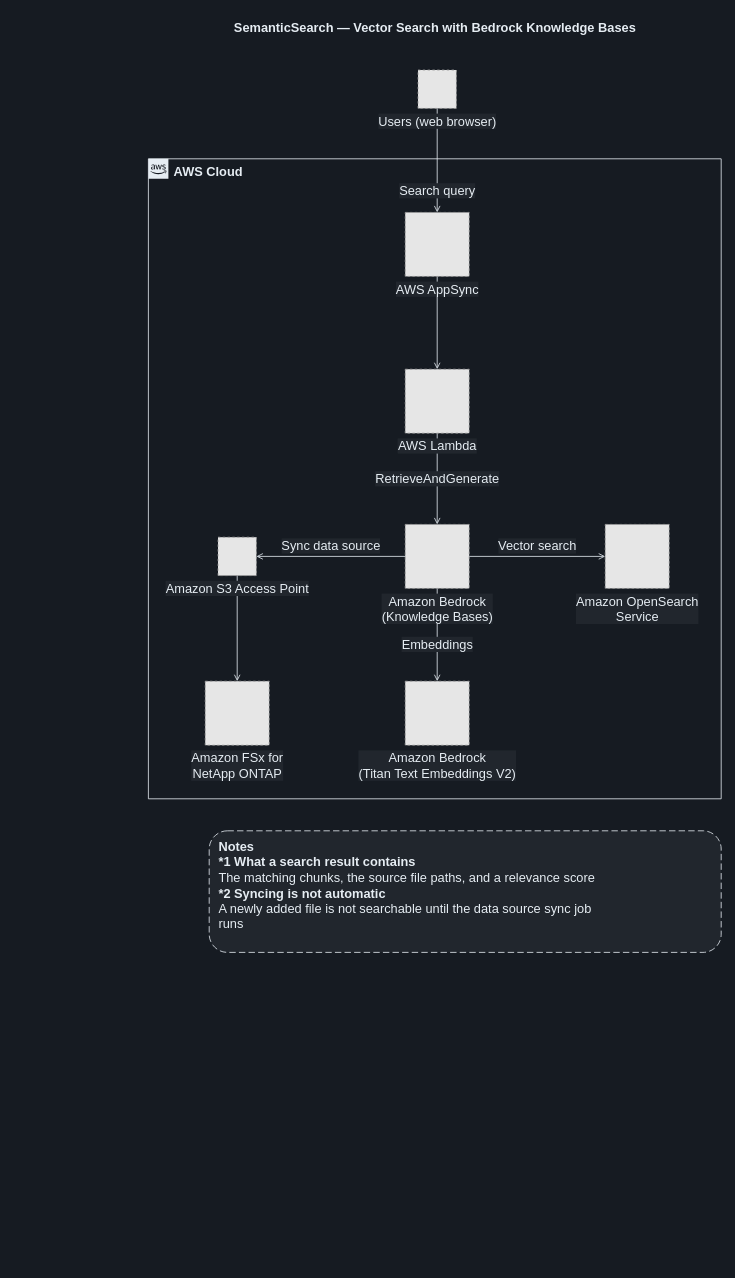
Before: docs/diagrams/dark/part3-semantic-search-en.drawio in Yoshiki0705/FSx-for-ONTAP-S3AccessPoints-Serverless-Patterns, a draw.io diagram. Source tidied: cells renumbered, new cells numbered last; positions are measured from the earlier drawing's top-left corner, leaving out a move shared by most shapes. Both pictures are drawn from the tidied source at 80%, with x=0, y=0 at pixel (148, 14). Pictures stored in the file or linked from it are replaced by grey dashed boxes.
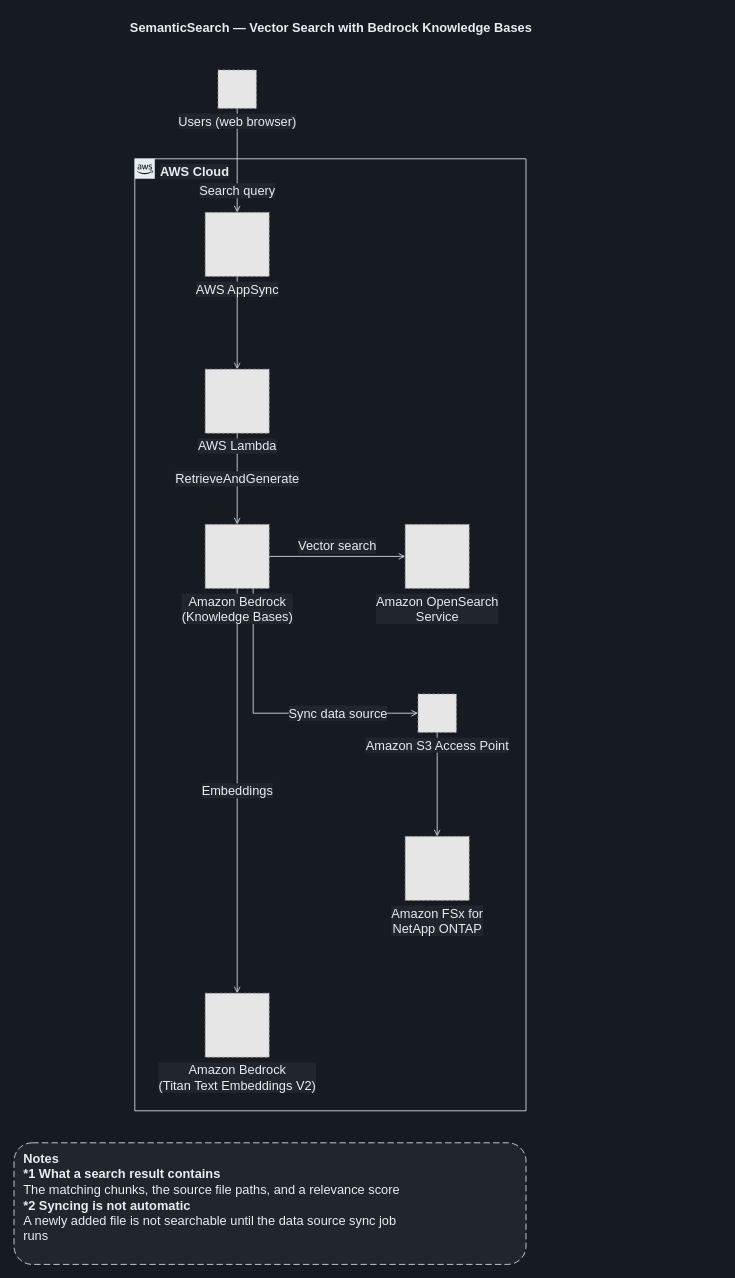
The same page after the edit.

Change to the diagram source:
```diff
@@
     <mxCell id="2" value="SemanticSearch — Vector Search with Bedrock Knowledge Bases" style="text;html=1;align=center;verticalAlign=middle;fontSize=16;fontStyle=1;fontColor=#E6EDF3;" parent="1" vertex="1">
-      <mxGeometry width="716" height="34" as="geometry" />
+      <mxGeometry x="-17" width="489" height="34" as="geometry" />
     </mxCell>
-    <mxCell id="3" value="AWS Cloud" style="gradientColor=none;html=1;whiteSpace=wrap;fontSize=16;fontStyle=1;shape=mxgraph.aws4.group;grIcon=mxgraph.aws4.group_aws_cloud_alt;strokeColor=#E6EDF3;fillColor=none;verticalAlign=top;align=left;spacingLeft=30;fontColor=#E6EDF3;dashed=0;" parent="1" vertex="1">
-      <mxGeometry y="181" width="716" height="800" as="geometry" />
-    </mxCell>
@@
     <mxCell id="8" value="Embeddings" style="edgeStyle=orthogonalEdgeStyle;rounded=0;jettySize=auto;html=1;endArrow=open;endFill=0;strokeColor=#E6EDF3;strokeWidth=1;fontSize=16;fontColor=#E6EDF3;labelBackgroundColor=#21262D;" parent="1" edge="1" source="16" target="17">
-      <mxGeometry relative="1" as="geometry">
-        <mxPoint y="12" as="offset" />
-      </mxGeometry>
+      <mxGeometry relative="1" as="geometry" />
     </mxCell>
-    <mxCell id="9" value="Sync data source" style="edgeStyle=orthogonalEdgeStyle;rounded=0;jettySize=auto;html=1;endArrow=open;endFill=0;strokeColor=#E6EDF3;strokeWidth=1;fontSize=16;fontColor=#E6EDF3;labelBackgroundColor=#21262D;" parent="1" edge="1" source="16" target="11">
-      <mxGeometry relative="1" as="geometry">
-        <mxPoint y="-13" as="offset" />
-      </mxGeometry>
+    <mxCell id="9" value="Sync data source" style="edgeStyle=orthogonalEdgeStyle;rounded=0;jettySize=auto;html=1;endArrow=open;endFill=0;strokeColor=#E6EDF3;strokeWidth=1;fontSize=16;fontColor=#E6EDF3;labelBackgroundColor=#21262D;exitX=0.75;exitY=1;exitDx=0;exitDy=0;entryX=0;entryY=0.5;entryDx=0;entryDy=0;" parent="1" edge="1" source="16" target="11">
+      <mxGeometry x="0.45" relative="1" as="geometry" />
     </mxCell>
@@
-    <mxCell id="11" value="Amazon S3 Access Point" style="fillColor=#E6E6E6;strokeColor=#999999;dashed=1;html=1;verticalLabelPosition=bottom;verticalAlign=top;labelPosition=center;align=center;fontSize=16;fontColor=#E6EDF3;labelBackgroundColor=#21262D;" parent="1" vertex="1">
-      <mxGeometry x="87" y="654" width="48" height="48" as="geometry" />
-    </mxCell>
-    <mxCell id="12" value="Amazon FSx for&lt;br&gt;NetApp ONTAP" style="fillColor=#E6E6E6;strokeColor=#999999;dashed=1;html=1;verticalLabelPosition=bottom;verticalAlign=top;labelPosition=center;align=center;fontSize=16;fontColor=#E6EDF3;labelBackgroundColor=#21262D;" parent="1" vertex="1">
-      <mxGeometry x="71" y="834" width="80" height="80" as="geometry" />
-    </mxCell>
+    <mxCell id="3" value="AWS Cloud" style="gradientColor=none;html=1;whiteSpace=wrap;fontSize=16;fontStyle=1;shape=mxgraph.aws4.group;grIcon=mxgraph.aws4.group_aws_cloud_alt;strokeColor=#E6EDF3;fillColor=none;verticalAlign=top;align=left;spacingLeft=30;fontColor=#E6EDF3;dashed=0;labelBackgroundColor=#21262D;" parent="1" vertex="1">
+      <mxGeometry x="-17" y="181" width="489" height="1190" as="geometry" />
+    </mxCell>
     <mxCell id="13" value="Users (web browser)" style="fillColor=#E6E6E6;strokeColor=#999999;dashed=1;html=1;verticalLabelPosition=bottom;verticalAlign=top;labelPosition=center;align=center;fontSize=16;fontColor=#E6EDF3;labelBackgroundColor=#21262D;" parent="1" vertex="1">
-      <mxGeometry x="337" y="70" width="48" height="48" as="geometry" />
+      <mxGeometry x="87" y="70" width="48" height="48" as="geometry" />
     </mxCell>
     <mxCell id="14" value="AWS AppSync" style="fillColor=#E6E6E6;strokeColor=#999999;dashed=1;html=1;verticalLabelPosition=bottom;verticalAlign=top;labelPosition=center;align=center;fontSize=16;fontColor=#E6EDF3;labelBackgroundColor=#21262D;" parent="1" vertex="1">
-      <mxGeometry x="321" y="248" width="80" height="80" as="geometry" />
+      <mxGeometry x="71" y="248" width="80" height="80" as="geometry" />
     </mxCell>
     <mxCell id="15" value="AWS Lambda" style="fillColor=#E6E6E6;strokeColor=#999999;dashed=1;html=1;verticalLabelPosition=bottom;verticalAlign=top;labelPosition=center;align=center;fontSize=16;fontColor=#E6EDF3;labelBackgroundColor=#21262D;" parent="1" vertex="1">
-      <mxGeometry x="321" y="444" width="80" height="80" as="geometry" />
+      <mxGeometry x="71" y="444" width="80" height="80" as="geometry" />
     </mxCell>
     <mxCell id="16" value="Amazon Bedrock&lt;br&gt;(Knowledge Bases)" style="fillColor=#E6E6E6;strokeColor=#999999;dashed=1;html=1;verticalLabelPosition=bottom;verticalAlign=top;labelPosition=center;align=center;fontSize=16;fontColor=#E6EDF3;labelBackgroundColor=#21262D;" parent="1" vertex="1">
-      <mxGeometry x="321" y="638" width="80" height="80" as="geometry" />
+      <mxGeometry x="71" y="638" width="80" height="80" as="geometry" />
     </mxCell>
     <mxCell id="17" value="Amazon Bedrock&lt;br&gt;(Titan Text Embeddings V2)" style="fillColor=#E6E6E6;strokeColor=#999999;dashed=1;html=1;verticalLabelPosition=bottom;verticalAlign=top;labelPosition=center;align=center;fontSize=16;fontColor=#E6EDF3;labelBackgroundColor=#21262D;" parent="1" vertex="1">
-      <mxGeometry x="321" y="834" width="80" height="80" as="geometry" />
+      <mxGeometry x="71" y="1224" width="80" height="80" as="geometry" />
     </mxCell>
     <mxCell id="18" value="Amazon OpenSearch&lt;br&gt;Service" style="fillColor=#E6E6E6;strokeColor=#999999;dashed=1;html=1;verticalLabelPosition=bottom;verticalAlign=top;labelPosition=center;align=center;fontSize=16;fontColor=#E6EDF3;labelBackgroundColor=#21262D;" parent="1" vertex="1">
-      <mxGeometry x="571" y="638" width="80" height="80" as="geometry" />
+      <mxGeometry x="321" y="638" width="80" height="80" as="geometry" />
     </mxCell>
+    <mxCell id="11" value="Amazon S3 Access Point" style="fillColor=#E6E6E6;strokeColor=#999999;dashed=1;html=1;verticalLabelPosition=bottom;verticalAlign=top;labelPosition=center;align=center;fontSize=16;fontColor=#E6EDF3;labelBackgroundColor=#21262D;" parent="1" vertex="1">
+      <mxGeometry x="337" y="850" width="48" height="48" as="geometry" />
+    </mxCell>
+    <mxCell id="12" value="Amazon FSx for&lt;br&gt;NetApp ONTAP" style="fillColor=#E6E6E6;strokeColor=#999999;dashed=1;html=1;verticalLabelPosition=bottom;verticalAlign=top;labelPosition=center;align=center;fontSize=16;fontColor=#E6EDF3;labelBackgroundColor=#21262D;" parent="1" vertex="1">
+      <mxGeometry x="321" y="1028" width="80" height="80" as="geometry" />
+    </mxCell>
     <mxCell id="19" value="&lt;b&gt;Notes&lt;/b&gt;&lt;br&gt;&lt;b&gt;*1 What a search result contains&lt;/b&gt;&lt;br&gt;The matching chunks, the source file paths, and a relevance score&lt;br&gt;&lt;b&gt;*2 Syncing is not automatic&lt;/b&gt;&lt;br&gt;A newly added file is not searchable until the data source sync job&lt;br&gt;runs" style="rounded=1;whiteSpace=wrap;html=1;dashed=1;dashPattern=8 4;strokeColor=#E6EDF3;fillColor=#21262D;align=left;verticalAlign=top;spacingLeft=10;spacingTop=4;fontSize=16;fontColor=#E6EDF3;" parent="1" vertex="1">
-      <mxGeometry x="76" y="1021" width="640" height="152" as="geometry" />
+      <mxGeometry x="-168" y="1411" width="640" height="152" as="geometry" />
     </mxCell>
```
